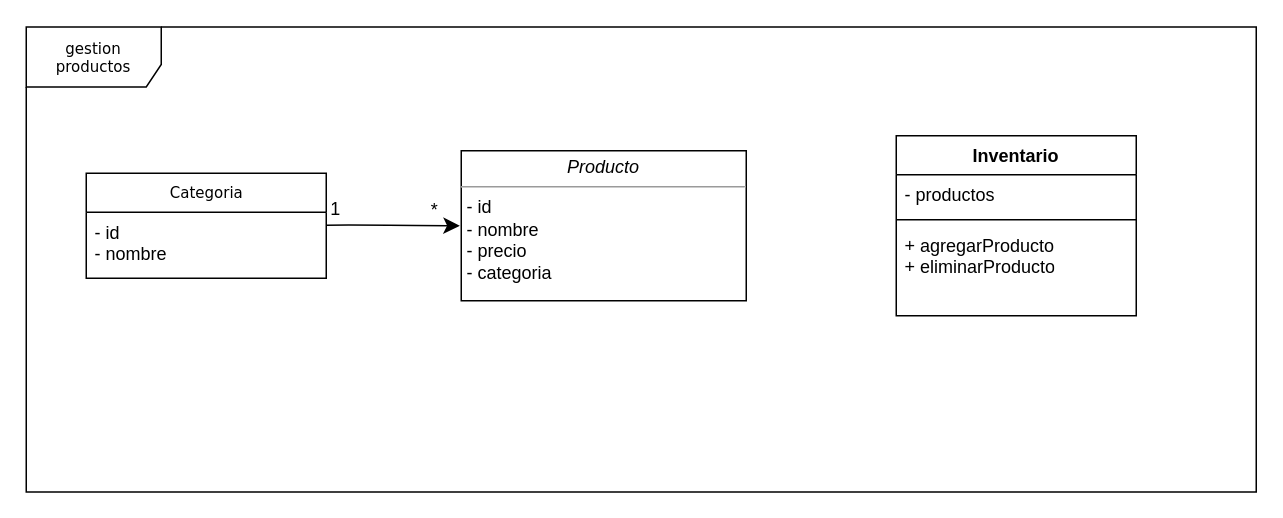
Above: uml_ejercicio_clase_9.drawio in salomontillaUni/ejercicios_clase_9 (draw.io), before the change. Source tidied: cells renumbered, new cells numbered last; positions are measured from the earlier drawing's top-left corner, leaving out a move shared by most shapes. Both pictures are drawn from the tidied source at 150%, with x=0, y=0 at pixel (26, 27).
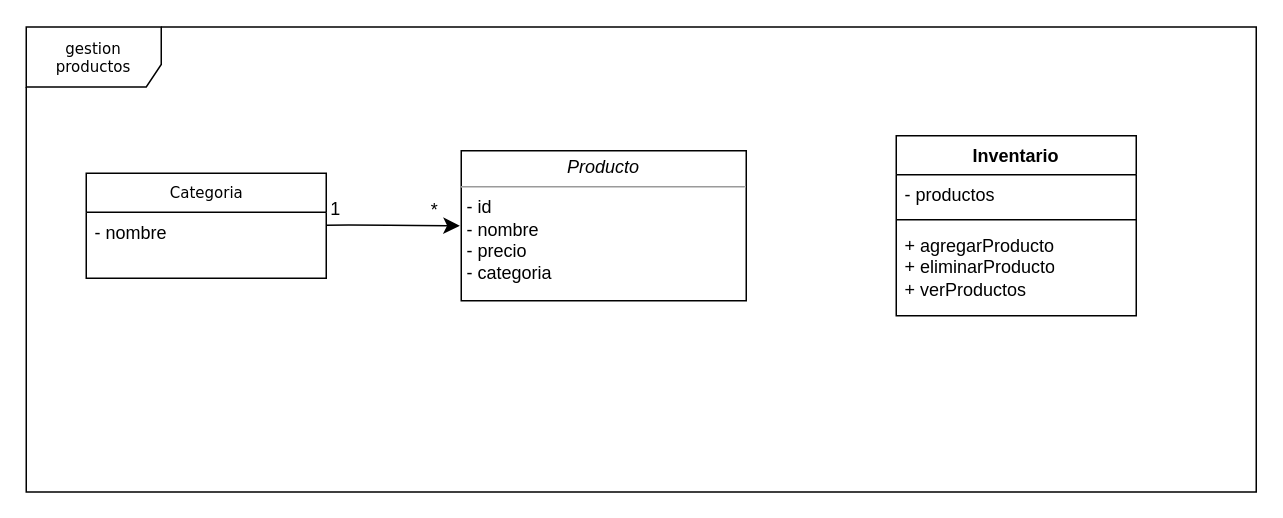
After the change.

Commit message:
modifico archivo del UML

Unchanged cells that the change refers to:
```xml
<mxCell id="3" value="Categoria" style="swimlane;html=1;fontStyle=0;horizontal=1;startSize=26;fillColor=none;swimlaneFillColor=#ffffff;rounded=0;shadow=0;comic=0;labelBackgroundColor=none;strokeWidth=1;fontFamily=Verdana;fontSize=10;align=center;" parent="1" vertex="1">
  <mxGeometry x="40" y="97" width="160" height="70" as="geometry" />
</mxCell>
<mxCell id="18" value="Inventario" style="swimlane;fontStyle=1;align=center;verticalAlign=top;horizontal=1;startSize=26;whiteSpace=wrap;html=1;" parent="1" vertex="1">
  <mxGeometry x="580" y="72" width="160" height="120" as="geometry" />
</mxCell>
```

Diff of the diagram source:
```diff
@@
-    <mxCell id="4" value="- id&lt;div&gt;- nombre&lt;/div&gt;" style="text;html=1;strokeColor=none;fillColor=none;align=left;verticalAlign=top;spacingLeft=4;spacingRight=4;whiteSpace=wrap;overflow=hidden;" parent="3" vertex="1">
+    <mxCell id="4" value="&lt;div&gt;- nombre&lt;/div&gt;" style="text;html=1;strokeColor=none;fillColor=none;align=left;verticalAlign=top;spacingLeft=4;spacingRight=4;whiteSpace=wrap;overflow=hidden;" parent="3" vertex="1">
       <mxGeometry y="26" width="160" height="44" as="geometry" />
     </mxCell>
@@
-    <mxCell id="21" value="+ agregarProducto&lt;div&gt;+ eliminarProducto&lt;/div&gt;" style="text;strokeColor=none;fillColor=none;align=left;verticalAlign=top;spacingLeft=4;spacingRight=4;overflow=hidden;whiteSpace=wrap;html=1;" parent="18" vertex="1">
+    <mxCell id="21" value="+ agregarProducto&lt;div&gt;+ eliminarProducto&lt;/div&gt;&lt;div&gt;+ verProductos&lt;/div&gt;" style="text;strokeColor=none;fillColor=none;align=left;verticalAlign=top;spacingLeft=4;spacingRight=4;overflow=hidden;whiteSpace=wrap;html=1;" parent="18" vertex="1">
       <mxGeometry y="60" width="160" height="60" as="geometry" />
     </mxCell>
```
